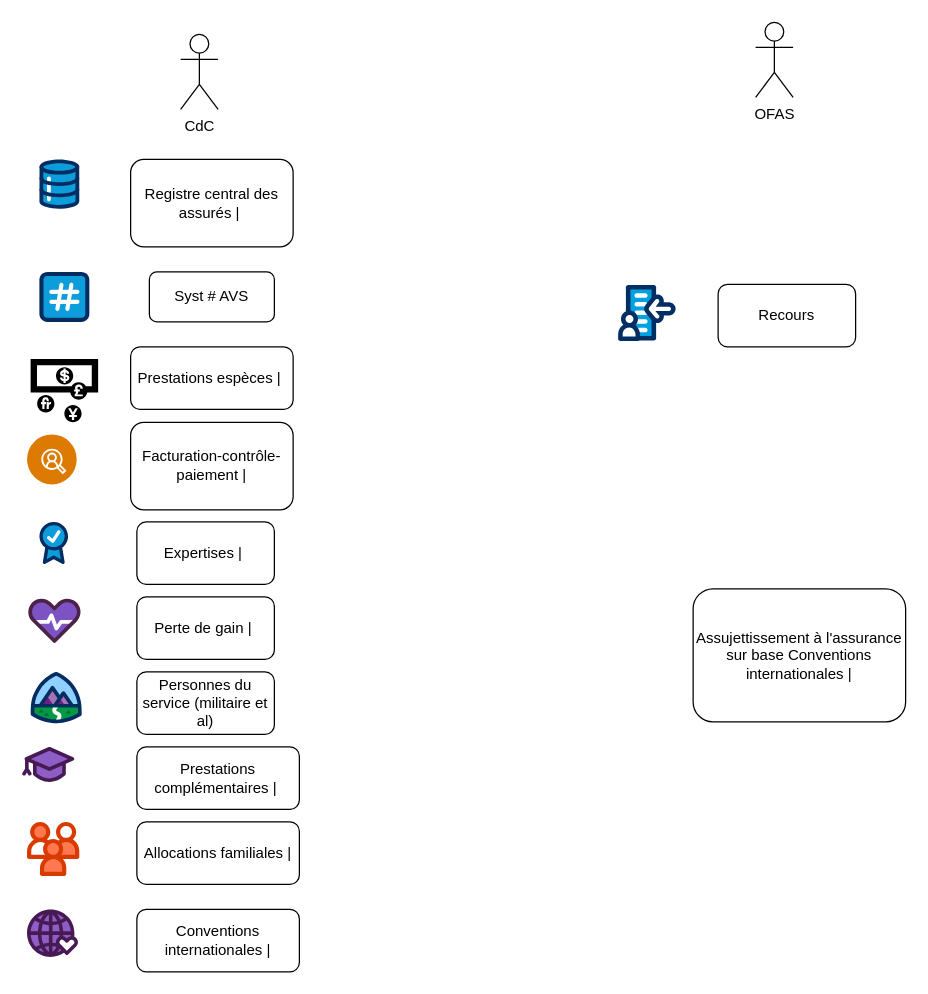
Helena-Zuk/github-slideshow keeps this draw.io diagram as page "Syst Info CH" (2 of 6) of CdC-context.drawio. Above is the earlier version. Source tidied: cells renumbered, new cells numbered last; positions are measured from the earlier drawing's top-left corner, leaving out a move shared by most shapes. Both pictures are drawn from the tidied source at 125%, with x=0, y=0 at pixel (21, 21).
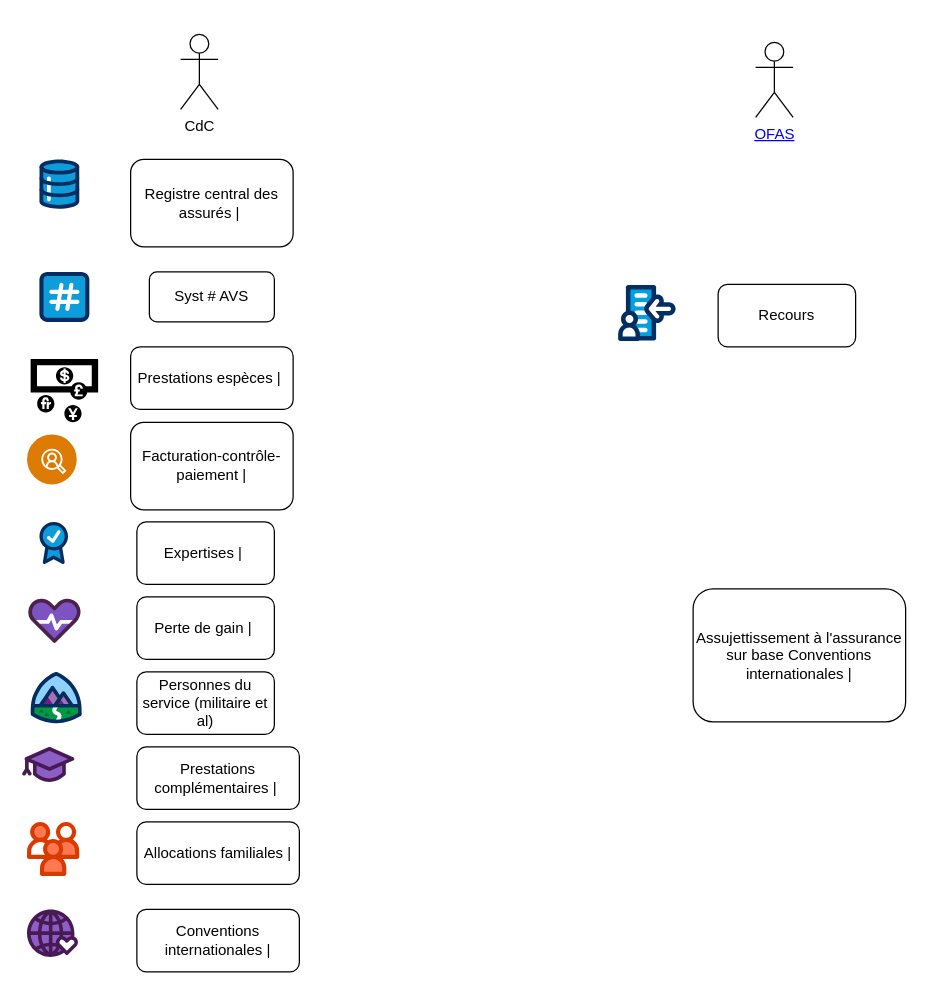
The same diagram, later.

The edit, as a diff of the source:
```diff
@@
-    <mxCell id="13" value="OFAS" style="shape=umlActor;verticalLabelPosition=bottom;verticalAlign=top;html=1;" parent="1" vertex="1">
-      <mxGeometry x="587" y="0.4" width="30" height="60" as="geometry" />
+    <mxCell id="13" value="&lt;a href=&quot;https://www.ahv-iv.ch/fr/Contacts/Office-fédéral-des-assurances-sociales-OFAS&quot;&gt;OFAS&lt;/a&gt;" style="shape=umlActor;verticalLabelPosition=bottom;verticalAlign=top;html=1;" parent="1" vertex="1">
+      <mxGeometry x="587" y="16.4" width="30" height="60" as="geometry" />
     </mxCell>
```
